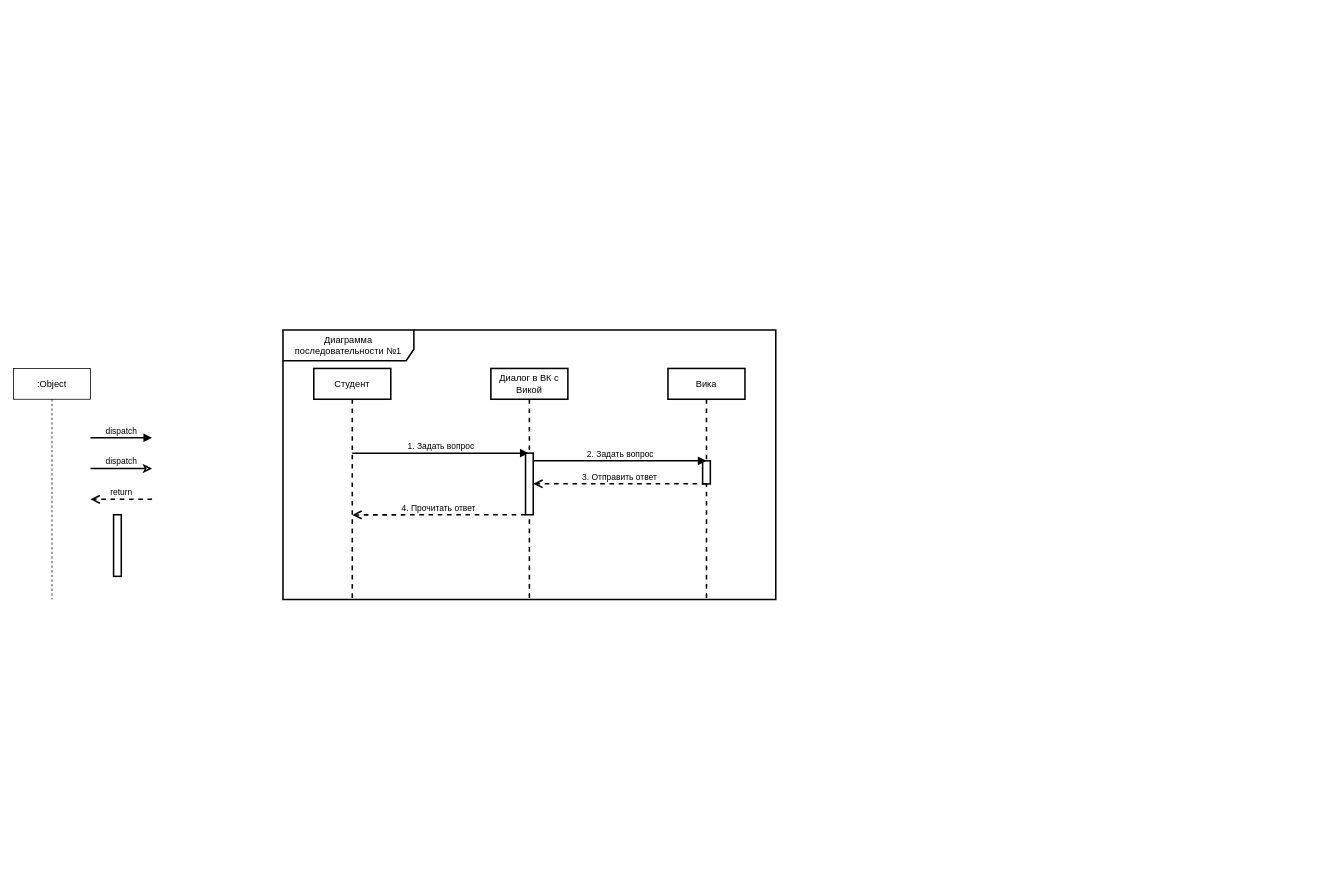
This is 5656565665.drawio from Helpmepleaseitishard/Aikms, a draw.io file, before an edit. Source tidied: cells renumbered, new cells numbered last; positions are measured from the earlier drawing's top-left corner, leaving out a move shared by most shapes. Both pictures are drawn from the tidied source at 77%, with x=0, y=0 at pixel (13, 330).
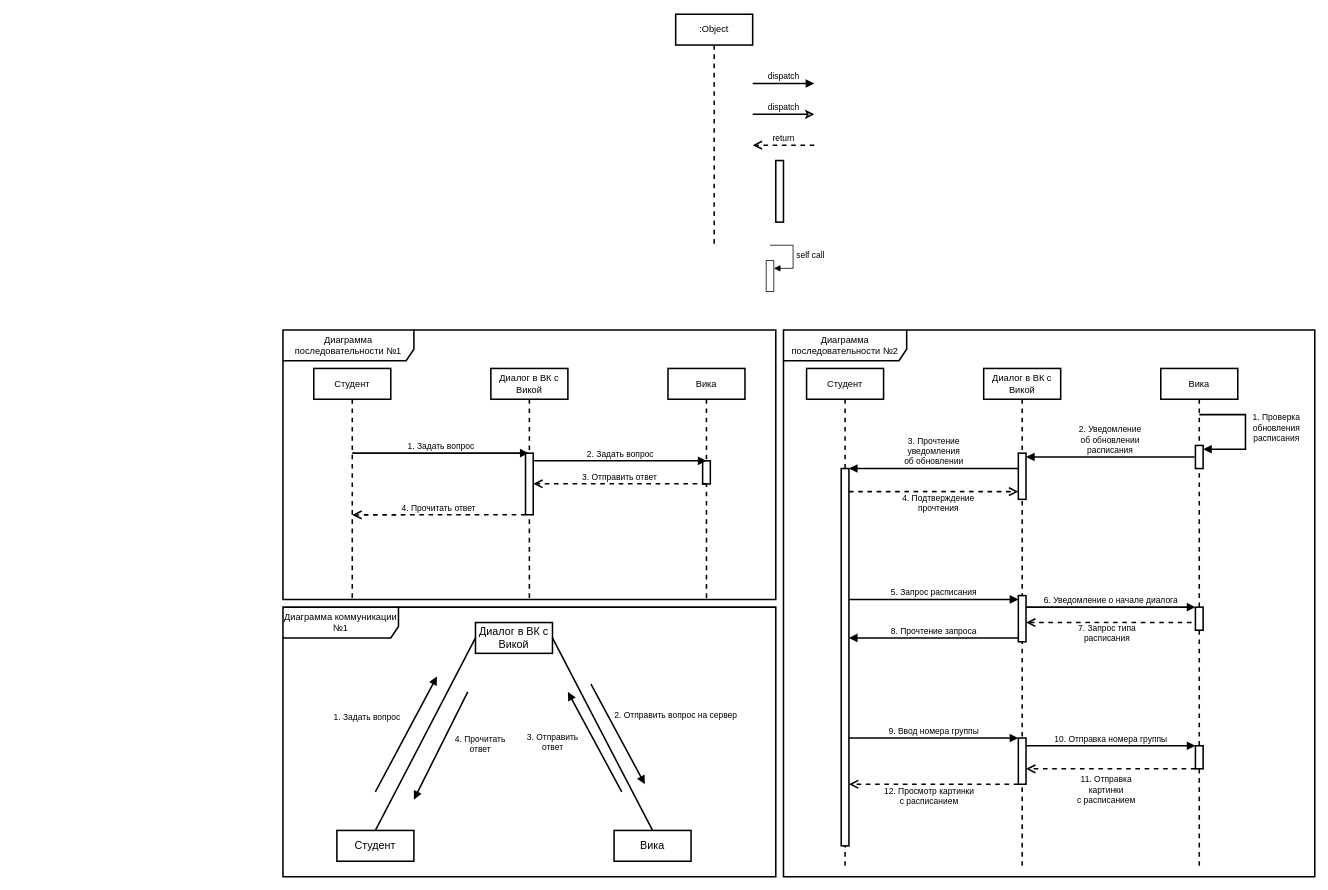
The same page after the edit.

What changed in the source:
```diff
@@
-    <mxCell id="2" value=":Object" style="shape=umlLifeline;perimeter=lifelinePerimeter;whiteSpace=wrap;html=1;newEdgeStyle={&quot;curved&quot;:0,&quot;rounded&quot;:0};" parent="1" vertex="1">
-      <mxGeometry y="50" width="100" height="300" as="geometry" />
+    <mxCell id="2" value=":Object" style="shape=umlLifeline;perimeter=lifelinePerimeter;whiteSpace=wrap;html=1;newEdgeStyle={&quot;curved&quot;:0,&quot;rounded&quot;:0};strokeWidth=2;" parent="1" vertex="1">
+      <mxGeometry x="860" y="-410" width="100" height="300" as="geometry" />
     </mxCell>
     <mxCell id="3" value="dispatch" style="html=1;verticalAlign=bottom;endArrow=block;curved=0;rounded=0;strokeWidth=2;" parent="1" edge="1">
       <mxGeometry relative="1" as="geometry">
-        <mxPoint x="100" y="140" as="sourcePoint" />
-        <mxPoint x="180" y="140" as="targetPoint" />
+        <mxPoint x="960" y="-320" as="sourcePoint" />
+        <mxPoint x="1040" y="-320" as="targetPoint" />
       </mxGeometry>
     </mxCell>
     <mxCell id="4" style="html=1;perimeter=orthogonalPerimeter;targetShapes=umlLifeline;newEdgeStyle={&quot;curved&quot;:0,&quot;rounded&quot;:0};strokeWidth=2;" parent="1" vertex="1">
-      <mxGeometry x="130" y="240" width="10" height="80" as="geometry" />
+      <mxGeometry x="990" y="-220" width="10" height="80" as="geometry" />
     </mxCell>
     <mxCell id="5" value="return" style="html=1;verticalAlign=bottom;endArrow=open;dashed=1;endSize=8;curved=0;rounded=0;strokeWidth=2;" parent="1" edge="1">
       <mxGeometry relative="1" as="geometry">
-        <mxPoint x="180" y="220" as="sourcePoint" />
-        <mxPoint x="100" y="220" as="targetPoint" />
+        <mxPoint x="1040" y="-240" as="sourcePoint" />
+        <mxPoint x="960" y="-240" as="targetPoint" />
       </mxGeometry>
     </mxCell>
     <mxCell id="6" value="dispatch" style="html=1;verticalAlign=bottom;endArrow=classic;curved=0;rounded=0;strokeWidth=2;endFill=0;" parent="1" edge="1">
       <mxGeometry relative="1" as="geometry">
-        <mxPoint x="100" y="180" as="sourcePoint" />
-        <mxPoint x="180" y="180" as="targetPoint" />
+        <mxPoint x="960" y="-280" as="sourcePoint" />
+        <mxPoint x="1040" y="-280" as="targetPoint" />
       </mxGeometry>
     </mxCell>
@@
+    <mxCell id="17" style="html=1;points=[[0,0,0,0,5],[0,1,0,0,-5],[1,0,0,0,5],[1,1,0,0,-5]];perimeter=orthogonalPerimeter;outlineConnect=0;targetShapes=umlLifeline;portConstraint=eastwest;newEdgeStyle={&quot;curved&quot;:0,&quot;rounded&quot;:0};" parent="1" vertex="1">
+      <mxGeometry x="977.5" y="-90" width="10" height="40" as="geometry" />
+    </mxCell>
+    <mxCell id="18" value="self call" style="html=1;align=left;spacingLeft=2;endArrow=block;rounded=0;edgeStyle=orthogonalEdgeStyle;curved=0;rounded=0;" parent="1" edge="1" target="17">
+      <mxGeometry relative="1" as="geometry">
+        <mxPoint x="982.5" y="-110" as="sourcePoint" />
+        <Array as="points">
+          <mxPoint x="1012.5" y="-80" />
+        </Array>
+      </mxGeometry>
+    </mxCell>
+    <mxCell id="19" value="Студент" style="shape=umlLifeline;perimeter=lifelinePerimeter;whiteSpace=wrap;html=1;newEdgeStyle={&quot;curved&quot;:0,&quot;rounded&quot;:0};strokeWidth=2;" parent="1" vertex="1">
+      <mxGeometry x="1030" y="50" width="100" height="650" as="geometry" />
+    </mxCell>
+    <mxCell id="20" style="html=1;points=[[0,0,0,0,5],[0,1,0,0,-5],[1,0,0,0,5],[1,1,0,0,-5]];perimeter=orthogonalPerimeter;outlineConnect=0;targetShapes=umlLifeline;portConstraint=eastwest;newEdgeStyle={&quot;curved&quot;:0,&quot;rounded&quot;:0};strokeWidth=2;" parent="19" vertex="1">
+      <mxGeometry x="45" y="130" width="10" height="490" as="geometry" />
+    </mxCell>
+    <mxCell id="21" value="Диалог в ВК с Викой" style="shape=umlLifeline;perimeter=lifelinePerimeter;whiteSpace=wrap;html=1;newEdgeStyle={&quot;curved&quot;:0,&quot;rounded&quot;:0};strokeWidth=2;" parent="1" vertex="1">
+      <mxGeometry x="1260" y="50" width="100" height="650" as="geometry" />
+    </mxCell>
+    <mxCell id="22" style="html=1;points=[[0,0,0,0,5],[0,1,0,0,-5],[1,0,0,0,5],[1,1,0,0,-5]];perimeter=orthogonalPerimeter;outlineConnect=0;targetShapes=umlLifeline;portConstraint=eastwest;newEdgeStyle={&quot;curved&quot;:0,&quot;rounded&quot;:0};strokeWidth=2;" parent="21" vertex="1">
+      <mxGeometry x="45" y="110" width="10" height="60" as="geometry" />
+    </mxCell>
+    <mxCell id="23" style="html=1;points=[[0,0,0,0,5],[0,1,0,0,-5],[1,0,0,0,5],[1,1,0,0,-5]];perimeter=orthogonalPerimeter;outlineConnect=0;targetShapes=umlLifeline;portConstraint=eastwest;newEdgeStyle={&quot;curved&quot;:0,&quot;rounded&quot;:0};strokeWidth=2;" parent="21" vertex="1">
+      <mxGeometry x="45" y="295" width="10" height="60" as="geometry" />
+    </mxCell>
+    <mxCell id="24" style="html=1;points=[[0,0,0,0,5],[0,1,0,0,-5],[1,0,0,0,5],[1,1,0,0,-5]];perimeter=orthogonalPerimeter;outlineConnect=0;targetShapes=umlLifeline;portConstraint=eastwest;newEdgeStyle={&quot;curved&quot;:0,&quot;rounded&quot;:0};strokeWidth=2;" parent="21" vertex="1">
+      <mxGeometry x="45" y="480" width="10" height="60" as="geometry" />
+    </mxCell>
+    <mxCell id="25" value="Вика" style="shape=umlLifeline;perimeter=lifelinePerimeter;whiteSpace=wrap;html=1;newEdgeStyle={&quot;curved&quot;:0,&quot;rounded&quot;:0};strokeWidth=2;" parent="1" vertex="1">
+      <mxGeometry x="1490" y="50" width="100" height="650" as="geometry" />
+    </mxCell>
+    <mxCell id="26" style="html=1;points=[[0,0,0,0,5],[0,1,0,0,-5],[1,0,0,0,5],[1,1,0,0,-5]];perimeter=orthogonalPerimeter;outlineConnect=0;targetShapes=umlLifeline;portConstraint=eastwest;newEdgeStyle={&quot;curved&quot;:0,&quot;rounded&quot;:0};strokeWidth=2;" parent="25" vertex="1">
+      <mxGeometry x="45" y="100" width="10" height="30" as="geometry" />
+    </mxCell>
+    <mxCell id="27" style="html=1;perimeter=orthogonalPerimeter;targetShapes=umlLifeline;newEdgeStyle={&quot;curved&quot;:0,&quot;rounded&quot;:0};strokeWidth=2;" parent="25" vertex="1">
+      <mxGeometry x="45" y="310" width="10" height="30" as="geometry" />
+    </mxCell>
+    <mxCell id="28" style="html=1;perimeter=orthogonalPerimeter;targetShapes=umlLifeline;newEdgeStyle={&quot;curved&quot;:0,&quot;rounded&quot;:0};strokeWidth=2;" parent="25" vertex="1">
+      <mxGeometry x="45" y="490" width="10" height="30" as="geometry" />
+    </mxCell>
+    <mxCell id="29" value="&lt;div&gt;1. Проверка&lt;/div&gt;&lt;div&gt;обновления&lt;/div&gt;&lt;div&gt;расписания&lt;br&gt;&lt;/div&gt;" style="html=1;verticalAlign=bottom;endArrow=block;curved=0;rounded=0;strokeWidth=2;entryX=1;entryY=0;entryDx=0;entryDy=5;entryPerimeter=0;" parent="1" edge="1" target="26">
+      <mxGeometry x="0.25" y="40" relative="1" as="geometry">
+        <mxPoint x="1540" y="110" as="sourcePoint" />
+        <Array as="points">
+          <mxPoint x="1600" y="110" />
+          <mxPoint x="1600" y="155" />
+        </Array>
+      </mxGeometry>
+    </mxCell>
+    <mxCell id="30" value="&lt;div&gt;2. Уведомление&lt;/div&gt;&lt;div&gt;об обновлении&lt;/div&gt;&lt;div&gt;расписания&lt;br&gt;&lt;/div&gt;" style="html=1;verticalAlign=bottom;endArrow=block;curved=0;rounded=0;strokeWidth=2;entryX=1;entryY=0;entryDx=0;entryDy=5;entryPerimeter=0;" parent="1" edge="1" target="22">
+      <mxGeometry relative="1" as="geometry">
+        <mxPoint x="1534" y="165" as="sourcePoint" />
+      </mxGeometry>
+    </mxCell>
+    <mxCell id="31" value="&lt;div&gt;3. Прочтение&lt;/div&gt;&lt;div&gt;уведомления&lt;/div&gt;&lt;div&gt;об обновлении&lt;br&gt;&lt;/div&gt;" style="html=1;verticalAlign=bottom;endArrow=block;curved=0;rounded=0;strokeWidth=2;" parent="1" edge="1" source="22" target="20">
+      <mxGeometry relative="1" as="geometry">
+        <Array as="points">
+          <mxPoint x="1260" y="180" />
+        </Array>
+      </mxGeometry>
+    </mxCell>
+    <mxCell id="32" value="&lt;div&gt;4. Подтверждение&lt;/div&gt;&lt;div&gt;прочтения&lt;br&gt;&lt;/div&gt;" style="html=1;verticalAlign=bottom;endArrow=open;dashed=1;endSize=8;curved=0;rounded=0;strokeWidth=2;" parent="1" edge="1">
+      <mxGeometry x="0.05" y="-30" relative="1" as="geometry">
+        <mxPoint x="1085" y="210" as="sourcePoint" />
+        <mxPoint x="1305" y="210" as="targetPoint" />
+      </mxGeometry>
+    </mxCell>
+    <mxCell id="33" value="5. Запрос расписания" style="html=1;verticalAlign=bottom;endArrow=block;curved=0;rounded=0;strokeWidth=2;" parent="1" edge="1" source="20" target="23">
+      <mxGeometry relative="1" as="geometry">
+        <Array as="points">
+          <mxPoint x="1195" y="350" />
+        </Array>
+      </mxGeometry>
+    </mxCell>
+    <mxCell id="34" value="6. Уведомление о начале диалога" style="html=1;verticalAlign=bottom;endArrow=block;curved=0;rounded=0;strokeWidth=2;" parent="1" edge="1">
+      <mxGeometry relative="1" as="geometry">
+        <mxPoint x="1315" y="360" as="sourcePoint" />
+        <mxPoint x="1535" y="360" as="targetPoint" />
+      </mxGeometry>
+    </mxCell>
+    <mxCell id="35" value="&lt;div&gt;7. Запрос типа&lt;/div&gt;&lt;div&gt;расписания&lt;/div&gt;" style="html=1;verticalAlign=bottom;endArrow=open;dashed=1;endSize=8;curved=0;rounded=0;strokeWidth=2;" parent="1" edge="1">
+      <mxGeometry x="0.02" y="30" relative="1" as="geometry">
+        <mxPoint x="1530" y="380" as="sourcePoint" />
+        <mxPoint x="1315" y="380" as="targetPoint" />
+      </mxGeometry>
+    </mxCell>
+    <mxCell id="36" value="8. Прочтение запроса" style="html=1;verticalAlign=bottom;endArrow=block;curved=0;rounded=0;strokeWidth=2;" parent="1" edge="1" source="23" target="20">
+      <mxGeometry relative="1" as="geometry">
+        <Array as="points">
+          <mxPoint x="1270" y="400" />
+        </Array>
+      </mxGeometry>
+    </mxCell>
+    <mxCell id="37" value="9. Ввод номера группы" style="html=1;verticalAlign=bottom;endArrow=block;curved=0;rounded=0;strokeWidth=2;" parent="1" edge="1" source="20" target="24">
+      <mxGeometry relative="1" as="geometry">
+        <Array as="points">
+          <mxPoint x="1200" y="530" />
+        </Array>
+      </mxGeometry>
+    </mxCell>
+    <mxCell id="38" value="10. Отправка номера группы" style="html=1;verticalAlign=bottom;endArrow=block;curved=0;rounded=0;strokeWidth=2;" parent="1" edge="1">
+      <mxGeometry relative="1" as="geometry">
+        <mxPoint x="1315" y="540" as="sourcePoint" />
+        <mxPoint x="1535" y="540" as="targetPoint" />
+      </mxGeometry>
+    </mxCell>
+    <mxCell id="39" value="&lt;div&gt;11. Отправка&lt;/div&gt;&lt;div&gt;картинки&lt;/div&gt;&lt;div&gt;с расписанием&lt;/div&gt;" style="html=1;verticalAlign=bottom;endArrow=open;dashed=1;endSize=8;curved=0;rounded=0;strokeWidth=2;" parent="1" edge="1">
+      <mxGeometry x="0.05" y="50" relative="1" as="geometry">
+        <mxPoint x="1535" y="570" as="sourcePoint" />
+        <mxPoint x="1315" y="570" as="targetPoint" />
+      </mxGeometry>
+    </mxCell>
+    <mxCell id="40" value="&lt;div&gt;12. Просмотр картинки&lt;/div&gt;&lt;div&gt;с расписанием&lt;/div&gt;" style="html=1;verticalAlign=bottom;endArrow=open;dashed=1;endSize=8;curved=0;rounded=0;strokeWidth=2;" parent="1" edge="1" source="24" target="20">
+      <mxGeometry x="0.05" y="31" relative="1" as="geometry">
+        <Array as="points">
+          <mxPoint x="1210" y="590" />
+        </Array>
+      </mxGeometry>
+    </mxCell>
+    <mxCell id="41" value="Диаграмма последовательности №2" style="shape=umlFrame;whiteSpace=wrap;html=1;strokeWidth=2;width=160;height=40;" parent="1" vertex="1">
+      <mxGeometry x="1000" width="690" height="710" as="geometry" />
+    </mxCell>
+    <mxCell id="42" value="Студент" style="html=1;whiteSpace=wrap;strokeWidth=2;fontSize=14;" parent="1" vertex="1">
+      <mxGeometry x="420" y="650" width="100" height="40" as="geometry" />
+    </mxCell>
+    <mxCell id="43" value="Диалог в ВК с Викой" style="html=1;whiteSpace=wrap;strokeWidth=2;fontSize=14;" parent="1" vertex="1">
+      <mxGeometry x="600" y="380" width="100" height="40" as="geometry" />
+    </mxCell>
+    <mxCell id="44" value="Вика" style="html=1;whiteSpace=wrap;strokeWidth=2;fontSize=14;" parent="1" vertex="1">
+      <mxGeometry x="780" y="650" width="100" height="40" as="geometry" />
+    </mxCell>
+    <mxCell id="45" style="html=1;verticalAlign=bottom;endArrow=none;curved=0;rounded=0;strokeWidth=2;startFill=0;entryX=0;entryY=0.5;entryDx=0;entryDy=0;exitX=0.5;exitY=0;exitDx=0;exitDy=0;" parent="1" edge="1" source="42" target="43">
+      <mxGeometry relative="1" as="geometry" />
+    </mxCell>
+    <mxCell id="46" style="html=1;verticalAlign=bottom;endArrow=none;curved=0;rounded=0;strokeWidth=2;startFill=0;entryX=1;entryY=0.5;entryDx=0;entryDy=0;exitX=0.5;exitY=0;exitDx=0;exitDy=0;" parent="1" edge="1" source="44" target="43">
+      <mxGeometry relative="1" as="geometry" />
+    </mxCell>
+    <mxCell id="47" value="1. Задать вопрос" style="html=1;verticalAlign=bottom;endArrow=block;curved=0;rounded=0;strokeWidth=2;startFill=0;exitX=0.5;exitY=0;exitDx=0;exitDy=0;endFill=1;" parent="1" edge="1">
+      <mxGeometry x="-0.15" y="51" relative="1" as="geometry">
+        <mxPoint x="470" y="600" as="sourcePoint" />
+        <mxPoint x="550" y="450" as="targetPoint" />
+      </mxGeometry>
+    </mxCell>
+    <mxCell id="48" value="2. Отправить вопрос на сервер" style="html=1;verticalAlign=bottom;endArrow=block;curved=0;rounded=0;strokeWidth=2;startFill=0;exitX=0.5;exitY=0;exitDx=0;exitDy=0;endFill=1;" parent="1" edge="1">
+      <mxGeometry x="0.3" y="73" relative="1" as="geometry">
+        <mxPoint x="750" y="460" as="sourcePoint" />
+        <mxPoint x="820" y="590" as="targetPoint" />
+      </mxGeometry>
+    </mxCell>
+    <mxCell id="49" value="&lt;div&gt;3. Отправить&lt;/div&gt;&lt;div&gt;ответ&lt;/div&gt;" style="html=1;verticalAlign=bottom;endArrow=block;curved=0;rounded=0;strokeWidth=2;startFill=0;endFill=1;" parent="1" edge="1">
+      <mxGeometry x="0.17" y="56" relative="1" as="geometry">
+        <mxPoint x="790" y="600" as="sourcePoint" />
+        <mxPoint x="720" y="470" as="targetPoint" />
+      </mxGeometry>
+    </mxCell>
+    <mxCell id="50" value="&lt;div&gt;4. Прочитать&lt;/div&gt;&lt;div&gt;ответ&lt;br&gt;&lt;/div&gt;" style="html=1;verticalAlign=bottom;endArrow=block;curved=0;rounded=0;strokeWidth=2;startFill=0;endFill=1;" parent="1" edge="1">
+      <mxGeometry x="-0.15" y="51" relative="1" as="geometry">
+        <mxPoint x="590" y="470" as="sourcePoint" />
+        <mxPoint x="520" y="610" as="targetPoint" />
+      </mxGeometry>
+    </mxCell>
+    <mxCell id="51" value="Диаграмма коммуникации №1" style="shape=umlFrame;whiteSpace=wrap;html=1;width=150;height=40;strokeWidth=2;" parent="1" vertex="1">
+      <mxGeometry x="350" y="360" width="640" height="350" as="geometry" />
+    </mxCell>
```
